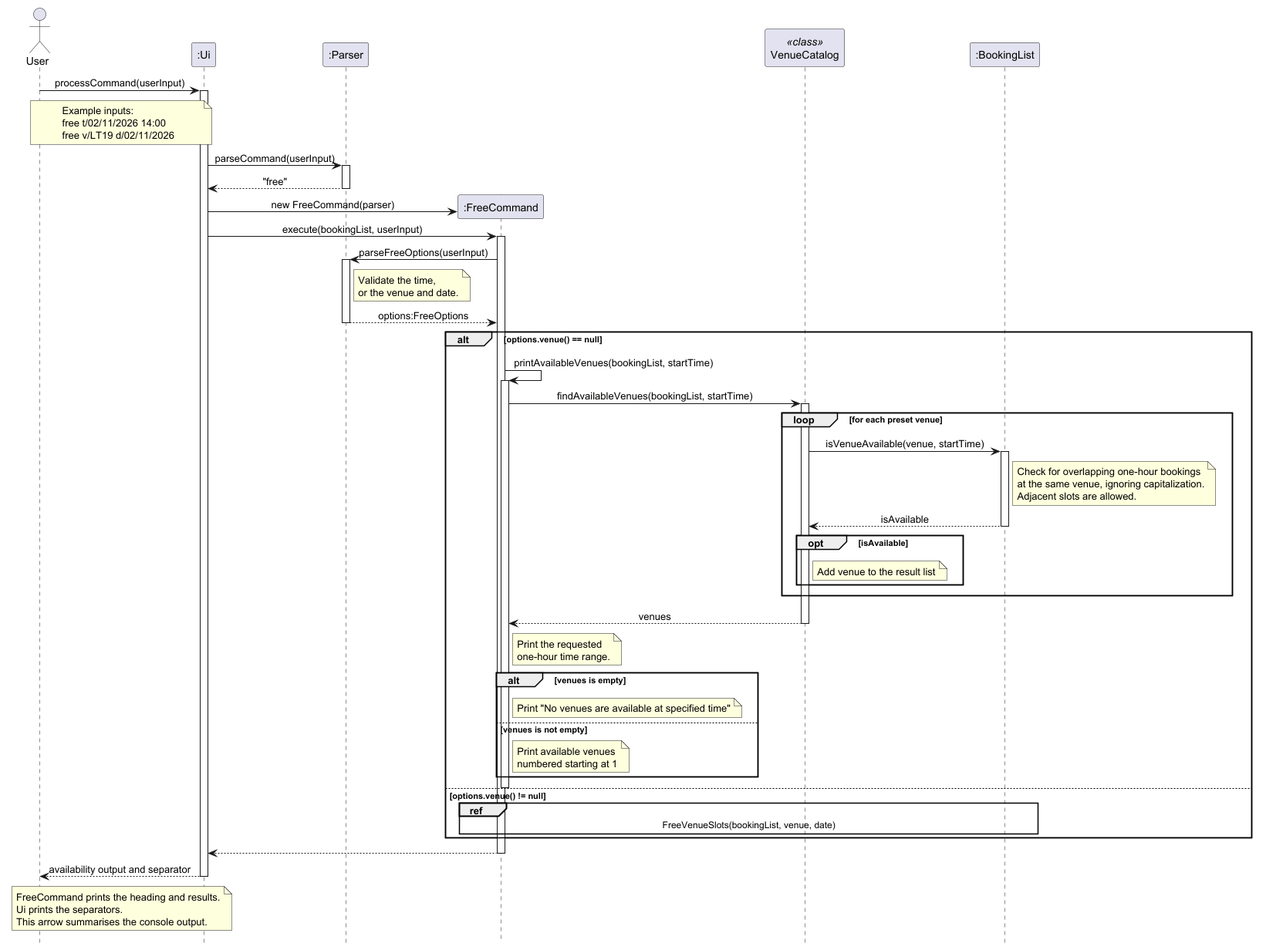
Above: docs/UMLDiagrams/FreeCommandSequenceDiagram.png in AY2627S1-CS2113-W14-2/tp (PlantUML), before the change.
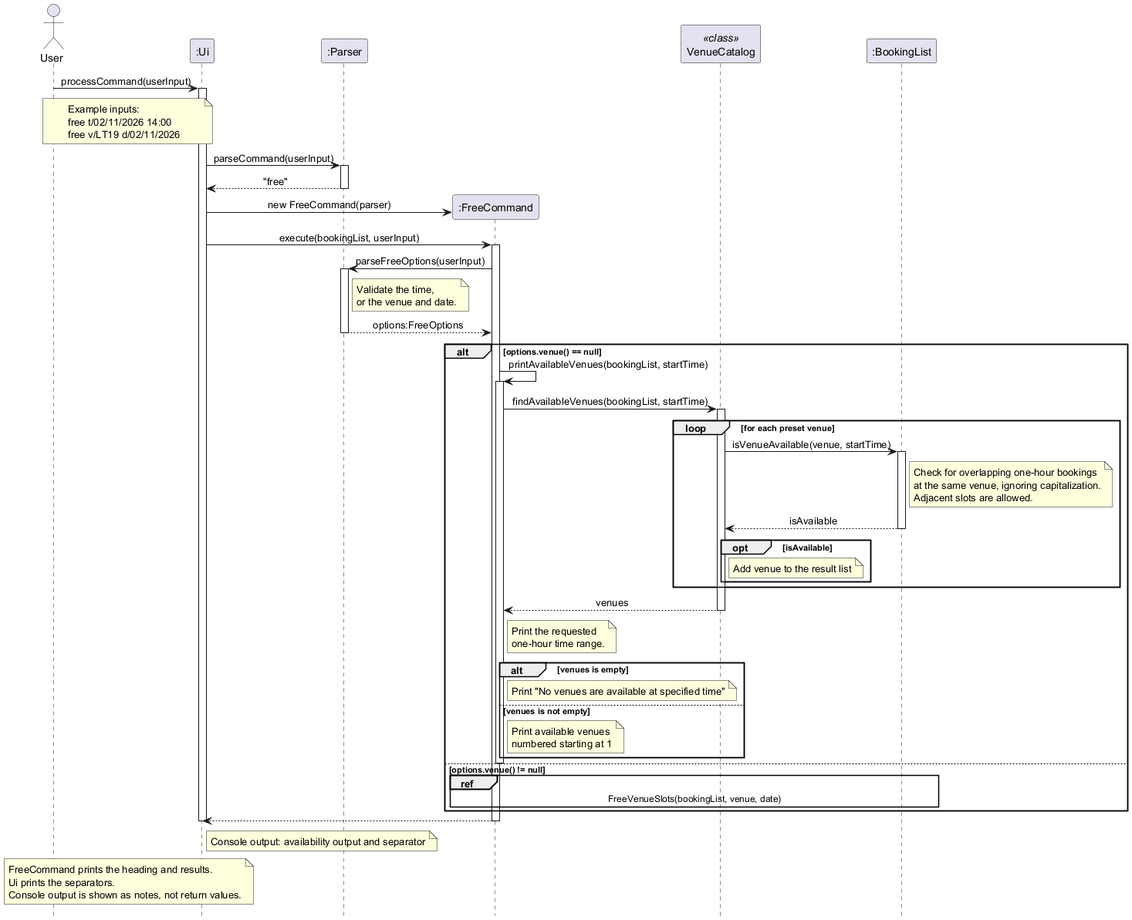
After the change.

The edit, as a diff of the source:
```diff
@@ -95,12 +95,12 @@
 Free --> UI
 deactivate Free
 
-UI --> User: availability output and separator
+note right of UI: Console output: availability output and separator
 
 note over User, UI
 FreeCommand prints the heading and results.
 Ui prints the separators.
-This arrow summarises the console output.
+Console output is shown as notes, not return values.
 end note
 
 
```
